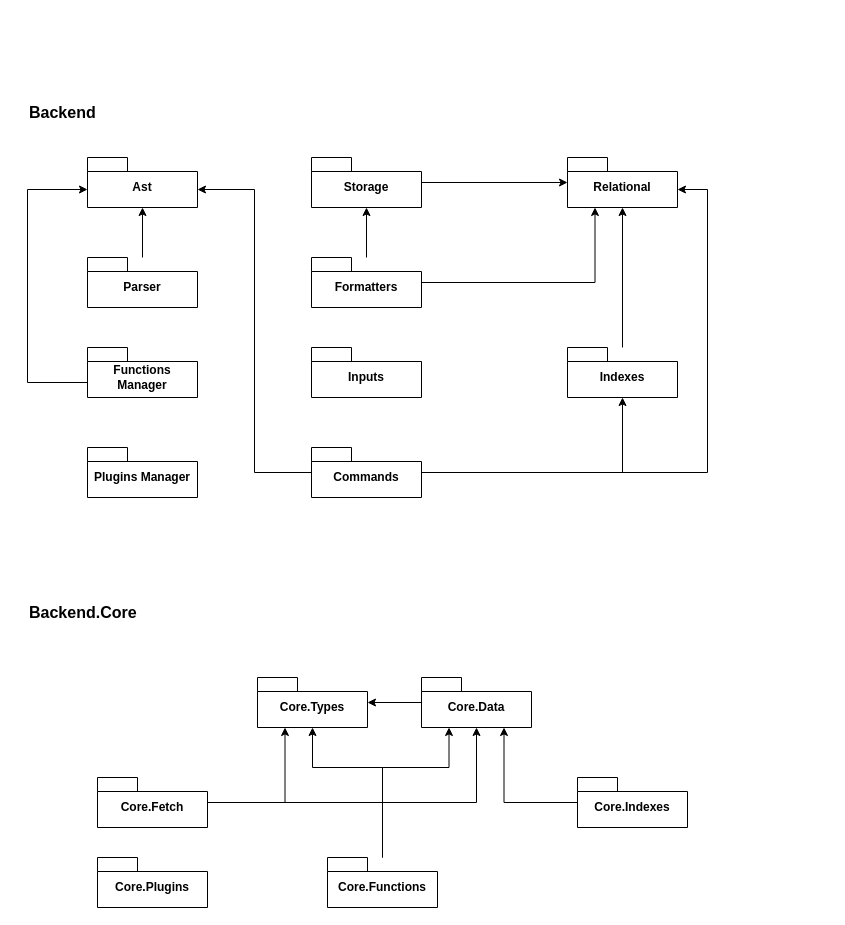
Earlier version of the draw.io diagram page "Modules" (2 of 2) of docs/internal/modules.drawio (krasninja/querycat). Source tidied: cells renumbered, new cells numbered last; positions are measured from the earlier drawing's top-left corner, leaving out a move shared by most shapes. Both pictures are drawn from the tidied source at 100%, with x=0, y=0 at pixel (27, 97).
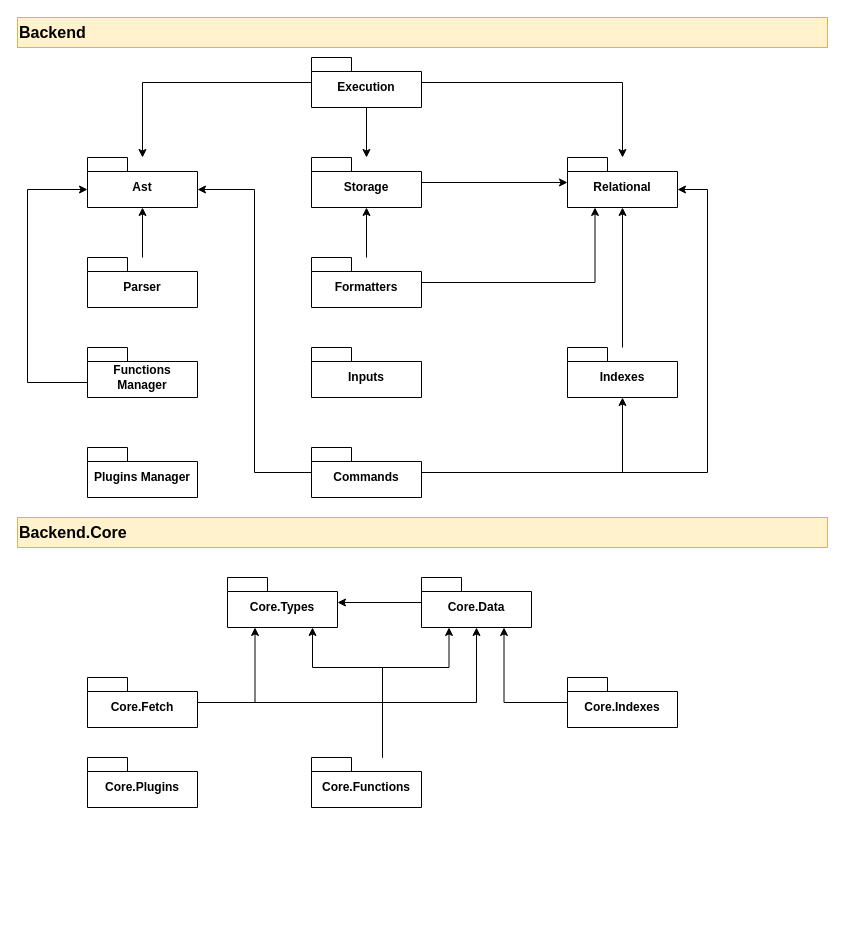
The same page after the edit.

Unchanged cells that the change refers to:
```xml
<mxCell id="2" value="Ast" style="shape=folder;fontStyle=1;spacingTop=10;tabWidth=40;tabHeight=14;tabPosition=left;html=1;whiteSpace=wrap;" parent="1" vertex="1">
  <mxGeometry x="60" y="60" width="110" height="50" as="geometry" />
</mxCell>
<mxCell id="8" value="Relational" style="shape=folder;fontStyle=1;spacingTop=10;tabWidth=40;tabHeight=14;tabPosition=left;html=1;whiteSpace=wrap;" parent="1" vertex="1">
  <mxGeometry x="540" y="60" width="110" height="50" as="geometry" />
</mxCell>
<mxCell id="10" value="Storage" style="shape=folder;fontStyle=1;spacingTop=10;tabWidth=40;tabHeight=14;tabPosition=left;html=1;whiteSpace=wrap;" parent="1" vertex="1">
  <mxGeometry x="284" y="60" width="110" height="50" as="geometry" />
</mxCell>
```

The edit, as a diff of the source:
```diff
@@
     <mxCell id="11" value="Core.Types" style="shape=folder;fontStyle=1;spacingTop=10;tabWidth=40;tabHeight=14;tabPosition=left;html=1;whiteSpace=wrap;" parent="1" vertex="1">
-      <mxGeometry x="230" y="580" width="110" height="50" as="geometry" />
+      <mxGeometry x="200" y="480" width="110" height="50" as="geometry" />
     </mxCell>
@@
     <mxCell id="13" value="Core.Data" style="shape=folder;fontStyle=1;spacingTop=10;tabWidth=40;tabHeight=14;tabPosition=left;html=1;whiteSpace=wrap;" parent="1" vertex="1">
-      <mxGeometry x="394" y="580" width="110" height="50" as="geometry" />
+      <mxGeometry x="394" y="480" width="110" height="50" as="geometry" />
     </mxCell>
     <mxCell id="14" style="edgeStyle=orthogonalEdgeStyle;rounded=0;jettySize=auto;html=1;" parent="1" edge="1" source="15" target="11">
       <mxGeometry relative="1" as="geometry">
         <Array as="points">
-          <mxPoint x="355" y="670" />
-          <mxPoint x="285" y="670" />
+          <mxPoint x="355" y="570" />
+          <mxPoint x="285" y="570" />
         </Array>
       </mxGeometry>
     </mxCell>
     <mxCell id="15" value="Core.Functions" style="shape=folder;fontStyle=1;spacingTop=10;tabWidth=40;tabHeight=14;tabPosition=left;html=1;whiteSpace=wrap;" parent="1" vertex="1">
-      <mxGeometry x="300" y="760" width="110" height="50" as="geometry" />
+      <mxGeometry x="284" y="660" width="110" height="50" as="geometry" />
     </mxCell>
@@
     <mxCell id="24" value="Core.Fetch" style="shape=folder;fontStyle=1;spacingTop=10;tabWidth=40;tabHeight=14;tabPosition=left;html=1;whiteSpace=wrap;" parent="1" vertex="1">
-      <mxGeometry x="70" y="680" width="110" height="50" as="geometry" />
+      <mxGeometry x="60" y="580" width="110" height="50" as="geometry" />
     </mxCell>
     <mxCell id="25" style="edgeStyle=orthogonalEdgeStyle;rounded=0;jettySize=auto;html=1;entryX=0.25;entryY=1;entryDx=0;entryDy=0;entryPerimeter=0;" parent="1" edge="1" source="15" target="13">
       <mxGeometry relative="1" as="geometry">
         <Array as="points">
-          <mxPoint x="355" y="670" />
-          <mxPoint x="422" y="670" />
+          <mxPoint x="355" y="570" />
+          <mxPoint x="422" y="570" />
         </Array>
       </mxGeometry>
     </mxCell>
@@
     <mxCell id="27" value="Core.Indexes" style="shape=folder;fontStyle=1;spacingTop=10;tabWidth=40;tabHeight=14;tabPosition=left;html=1;whiteSpace=wrap;" parent="1" vertex="1">
-      <mxGeometry x="550" y="680" width="110" height="50" as="geometry" />
+      <mxGeometry x="540" y="580" width="110" height="50" as="geometry" />
     </mxCell>
@@
     <mxCell id="29" value="Core.Plugins" style="shape=folder;fontStyle=1;spacingTop=10;tabWidth=40;tabHeight=14;tabPosition=left;html=1;whiteSpace=wrap;" parent="1" vertex="1">
-      <mxGeometry x="70" y="760" width="110" height="50" as="geometry" />
+      <mxGeometry x="60" y="660" width="110" height="50" as="geometry" />
     </mxCell>
@@
-    <mxCell id="33" value="Backend" style="text;html=1;strokeColor=none;fillColor=none;align=left;verticalAlign=middle;whiteSpace=wrap;rounded=0;fontStyle=1;fontSize=16;" parent="1" vertex="1">
-      <mxGeometry width="770" height="30" as="geometry" />
+    <mxCell id="33" value="Backend" style="text;html=1;strokeColor=#d6b656;fillColor=#fff2cc;align=left;verticalAlign=middle;whiteSpace=wrap;rounded=0;fontStyle=1;fontSize=16;" parent="1" vertex="1">
+      <mxGeometry x="-10" y="-80" width="810" height="30" as="geometry" />
     </mxCell>
-    <mxCell id="34" value="Backend.Core" style="text;html=1;strokeColor=none;fillColor=none;align=left;verticalAlign=middle;whiteSpace=wrap;rounded=0;fontStyle=1;fontSize=16;" parent="1" vertex="1">
-      <mxGeometry y="500" width="770" height="30" as="geometry" />
+    <mxCell id="34" value="Backend.Core" style="text;html=1;strokeColor=#d6b656;fillColor=#fff2cc;align=left;verticalAlign=middle;whiteSpace=wrap;rounded=0;fontStyle=1;fontSize=16;" parent="1" vertex="1">
+      <mxGeometry x="-10" y="420" width="810" height="30" as="geometry" />
     </mxCell>
+    <mxCell id="35" style="edgeStyle=orthogonalEdgeStyle;rounded=0;jettySize=auto;html=1;" parent="1" edge="1" source="38" target="2">
+      <mxGeometry relative="1" as="geometry" />
+    </mxCell>
+    <mxCell id="36" style="edgeStyle=orthogonalEdgeStyle;rounded=0;jettySize=auto;html=1;" parent="1" edge="1" source="38" target="8">
+      <mxGeometry relative="1" as="geometry" />
+    </mxCell>
+    <mxCell id="37" style="edgeStyle=orthogonalEdgeStyle;rounded=0;jettySize=auto;html=1;" parent="1" edge="1" source="38" target="10">
+      <mxGeometry relative="1" as="geometry" />
+    </mxCell>
+    <mxCell id="38" value="Execution" style="shape=folder;fontStyle=1;spacingTop=10;tabWidth=40;tabHeight=14;tabPosition=left;html=1;whiteSpace=wrap;" parent="1" vertex="1">
+      <mxGeometry x="284" y="-40" width="110" height="50" as="geometry" />
+    </mxCell>
```
